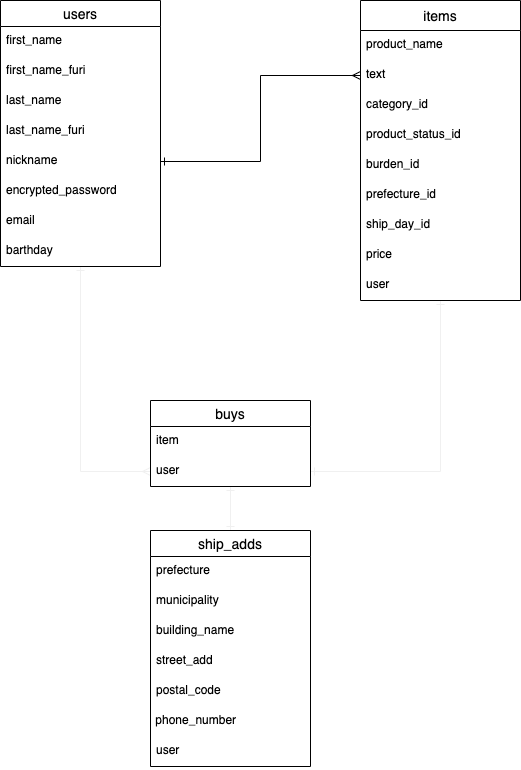
The draw.io diagram ER.drawio.png in kawaura-dai/furima-29631, before a commit. Source tidied: cells renumbered, new cells last; positions are measured from the earlier drawing's top-left corner, leaving out a move shared by most shapes.
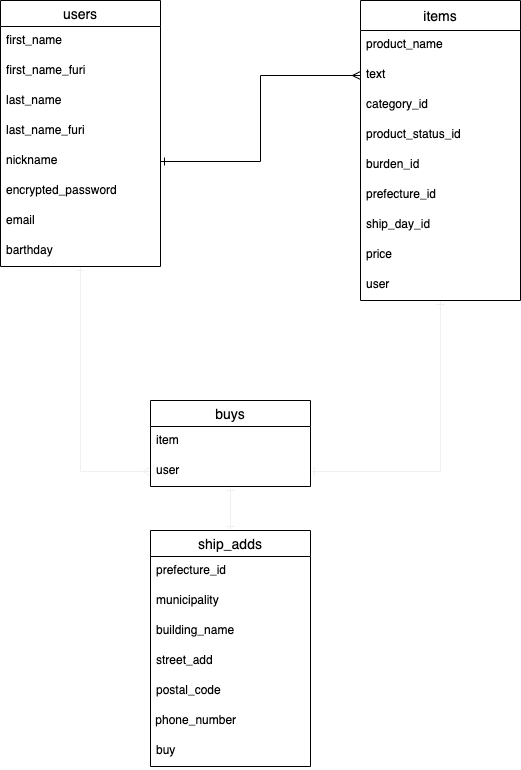
Above is the later version.

Commit message:
DB設計ERの作図６

Diff of the diagram source:
```diff
@@ -80,7 +80,7 @@
     <mxCell id="27" value="ship_adds" style="swimlane;fontStyle=0;horizontal=1;startSize=26;align=center;fontSize=14;" parent="1" vertex="1">
       <mxGeometry x="150" y="530" width="160" height="236" as="geometry" />
     </mxCell>
-    <mxCell id="28" value="prefecture" style="text;strokeColor=none;fillColor=none;spacingLeft=4;spacingRight=4;overflow=hidden;fontSize=12;" parent="27" vertex="1">
+    <mxCell id="28" value="prefecture_id" style="text;strokeColor=none;fillColor=none;spacingLeft=4;spacingRight=4;overflow=hidden;fontSize=12;" parent="27" vertex="1">
       <mxGeometry y="26" width="160" height="30" as="geometry" />
     </mxCell>
     <mxCell id="29" value="municipality" style="text;strokeColor=none;fillColor=none;spacingLeft=4;spacingRight=4;overflow=hidden;fontSize=12;" parent="27" vertex="1">
@@ -98,7 +98,7 @@
     <mxCell id="33" value="&amp;nbsp;phone_number" style="text;whiteSpace=wrap;html=1;" parent="27" vertex="1">
       <mxGeometry y="176" width="160" height="30" as="geometry" />
     </mxCell>
-    <mxCell id="34" value="user" style="text;strokeColor=none;fillColor=none;spacingLeft=4;spacingRight=4;overflow=hidden;fontSize=12;" parent="27" vertex="1">
+    <mxCell id="34" value="buy" style="text;strokeColor=none;fillColor=none;spacingLeft=4;spacingRight=4;overflow=hidden;fontSize=12;" parent="27" vertex="1">
       <mxGeometry y="206" width="160" height="30" as="geometry" />
     </mxCell>
     <mxCell id="35" style="edgeStyle=orthogonalEdgeStyle;rounded=0;jettySize=auto;html=1;exitX=1;exitY=0.5;exitDx=0;exitDy=0;entryX=0;entryY=0.5;entryDx=0;entryDy=0;startArrow=ERone;startFill=0;endArrow=ERmany;endFill=0;" parent="1" edge="1" source="8" target="15">
```
